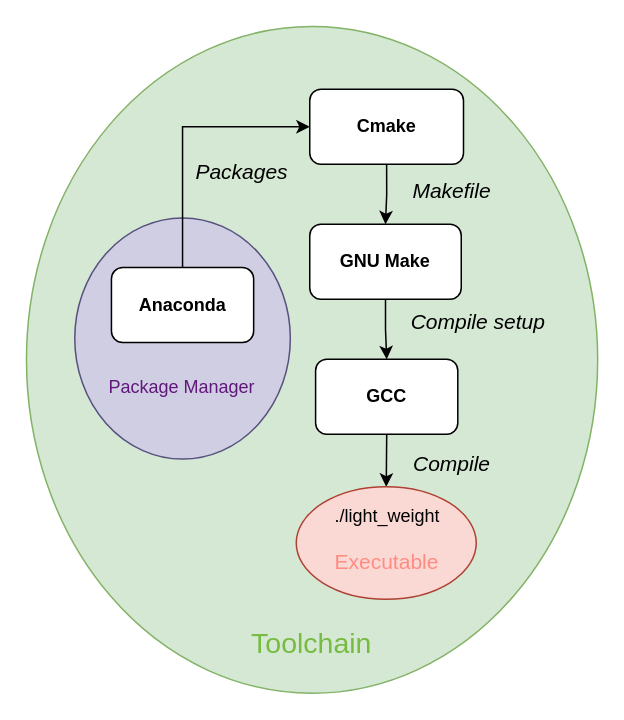
The draw.io diagram fig/lightweight toolchain.drawio in gotvinne/Light-weight-MPC, before the edit. Source tidied: cells renumbered, new cells numbered last; positions are measured from the earlier drawing's top-left corner, leaving out a move shared by most shapes. Both pictures are drawn from the tidied source at 150%, with x=0, y=0 at pixel (-22, 74).
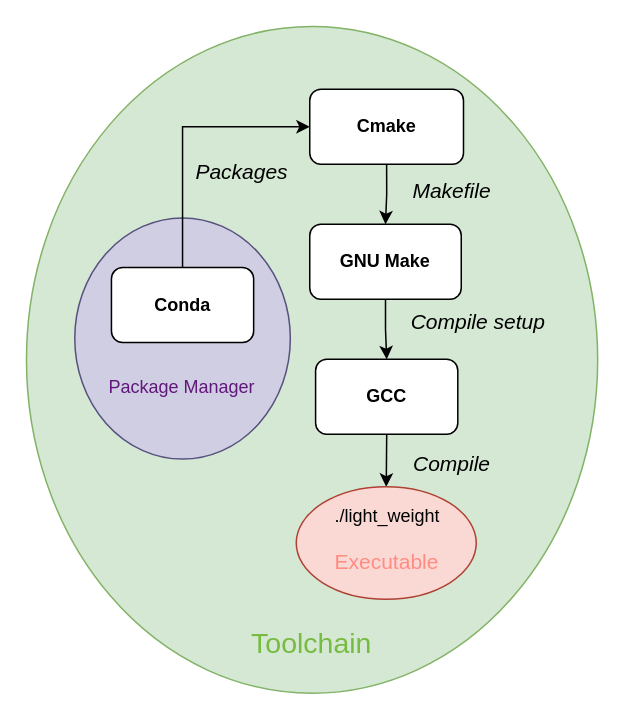
Above is the later version.

The edit, as a diff of the source:
```diff
@@
-    <mxCell id="11" value="&lt;b&gt;Anaconda&lt;/b&gt;" style="rounded=1;whiteSpace=wrap;html=1;" parent="1" vertex="1">
+    <mxCell id="11" value="&lt;b&gt;Conda&lt;/b&gt;" style="rounded=1;whiteSpace=wrap;html=1;" parent="1" vertex="1">
       <mxGeometry x="88.8" y="128.9" width="94.8" height="50" as="geometry" />
     </mxCell>
```
